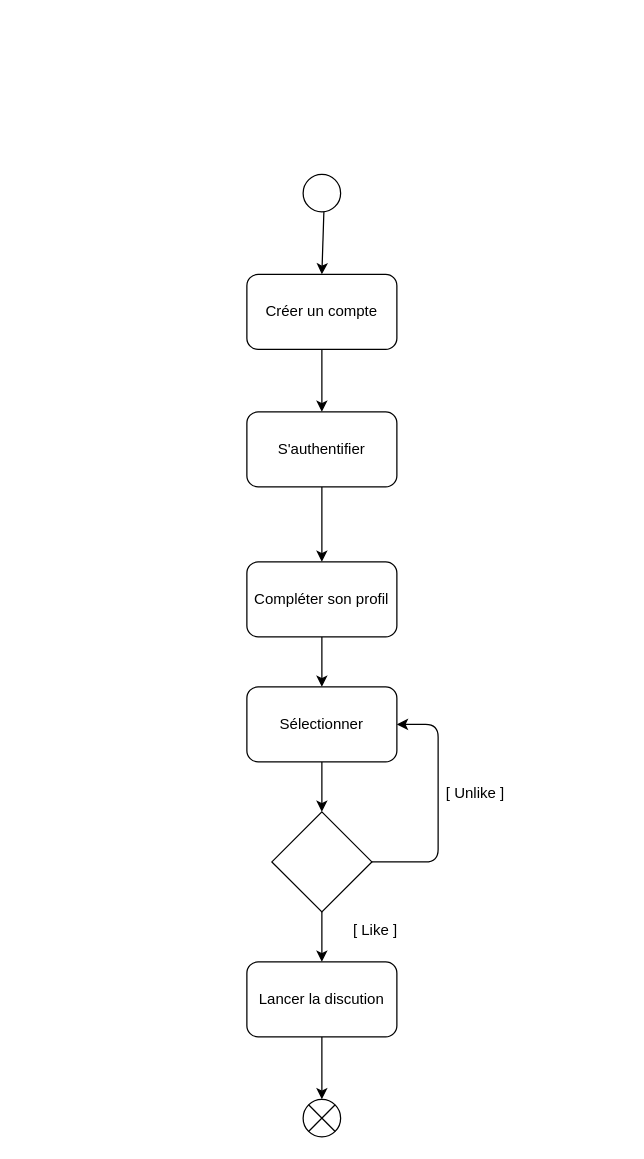
This is schémas/diagramme d'activité.drawio from KoffiDMonky/AltIzy, a draw.io file, before an edit. Source tidied: cells renumbered, new cells numbered last; positions are measured from the earlier drawing's top-left corner, leaving out a move shared by most shapes. Both pictures are drawn from the tidied source at 125%, with x=0, y=0 at pixel (246, 174).
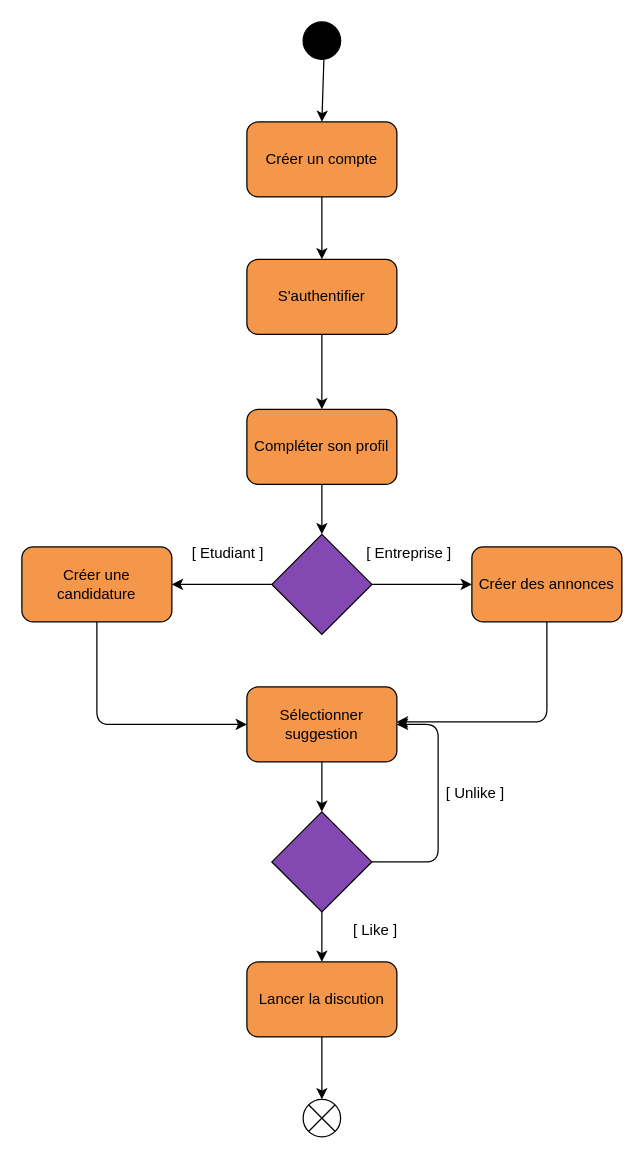
After the change.

The edit, as a diff of the source:
```diff
@@
-    <mxCell id="4" style="rhombus;whiteSpace=wrap;html=1;" parent="1" vertex="1">
+    <mxCell id="4" style="rhombus;whiteSpace=wrap;html=1;fillColor=#8448B3;" parent="1" vertex="1">
       <mxGeometry x="20" y="510" width="80" height="80" as="geometry" />
     </mxCell>
@@
-    <mxCell id="6" value="Créer un compte" style="rounded=1;whiteSpace=wrap;html=1;" parent="1" vertex="1">
-      <mxGeometry y="80" width="120" height="60" as="geometry" />
+    <mxCell id="6" value="Créer un compte" style="rounded=1;whiteSpace=wrap;html=1;fillColor=#F4974B;" parent="1" vertex="1">
+      <mxGeometry y="-42" width="120" height="60" as="geometry" />
     </mxCell>
-    <mxCell id="7" style="edgeStyle=none;html=1;exitX=0.5;exitY=1;exitDx=0;exitDy=0;" parent="1" edge="1" source="8" target="10">
-      <mxGeometry relative="1" as="geometry" />
-    </mxCell>
+    <mxCell id="20" style="edgeStyle=none;html=1;" parent="1" edge="1" source="8" target="23">
+      <mxGeometry relative="1" as="geometry" />
+    </mxCell>
-    <mxCell id="8" value="Compléter son profil" style="rounded=1;whiteSpace=wrap;html=1;" parent="1" vertex="1">
-      <mxGeometry y="310" width="120" height="60" as="geometry" />
+    <mxCell id="8" value="Compléter son profil" style="rounded=1;whiteSpace=wrap;html=1;fillColor=#F4974B;" parent="1" vertex="1">
+      <mxGeometry y="188" width="120" height="60" as="geometry" />
     </mxCell>
@@
-    <mxCell id="10" value="Sélectionner" style="rounded=1;whiteSpace=wrap;html=1;" parent="1" vertex="1">
+    <mxCell id="10" value="Sélectionner&lt;br&gt;suggestion" style="rounded=1;whiteSpace=wrap;html=1;fillColor=#F4974B;" parent="1" vertex="1">
       <mxGeometry y="410" width="120" height="60" as="geometry" />
     </mxCell>
@@
-    <mxCell id="14" value="Lancer la discution" style="rounded=1;whiteSpace=wrap;html=1;" parent="1" vertex="1">
+    <mxCell id="14" value="Lancer la discution" style="rounded=1;whiteSpace=wrap;html=1;fillColor=#F4974B;" parent="1" vertex="1">
       <mxGeometry y="630" width="120" height="60" as="geometry" />
     </mxCell>
@@
-    <mxCell id="16" style="ellipse;fillColor=#ffffff;strokeColor=#000000;" parent="1" vertex="1">
-      <mxGeometry x="45" width="30" height="30" as="geometry" />
+    <mxCell id="16" style="ellipse;fillColor=#000000;strokeColor=#000000;" parent="1" vertex="1">
+      <mxGeometry x="45" y="-122" width="30" height="30" as="geometry" />
     </mxCell>
@@
-    <mxCell id="19" value="S'authentifier" style="rounded=1;whiteSpace=wrap;html=1;" parent="1" vertex="1">
-      <mxGeometry y="190" width="120" height="60" as="geometry" />
+    <mxCell id="19" value="S'authentifier" style="rounded=1;whiteSpace=wrap;html=1;fillColor=#F4974B;" parent="1" vertex="1">
+      <mxGeometry y="68" width="120" height="60" as="geometry" />
     </mxCell>
+    <mxCell id="21" style="edgeStyle=none;html=1;" parent="1" edge="1" source="23" target="25">
+      <mxGeometry relative="1" as="geometry" />
+    </mxCell>
+    <mxCell id="22" style="edgeStyle=none;html=1;" parent="1" edge="1" source="23" target="27">
+      <mxGeometry relative="1" as="geometry" />
+    </mxCell>
+    <mxCell id="23" style="rhombus;whiteSpace=wrap;html=1;fillColor=#8448B3;" parent="1" vertex="1">
+      <mxGeometry x="20" y="288" width="80" height="80" as="geometry" />
+    </mxCell>
+    <mxCell id="24" style="edgeStyle=none;html=1;exitX=0.5;exitY=1;exitDx=0;exitDy=0;entryX=0;entryY=0.5;entryDx=0;entryDy=0;" parent="1" edge="1" source="25" target="10">
+      <mxGeometry relative="1" as="geometry">
+        <Array as="points">
+          <mxPoint x="-120" y="440" />
+        </Array>
+      </mxGeometry>
+    </mxCell>
+    <mxCell id="25" value="Créer une candidature" style="rounded=1;whiteSpace=wrap;html=1;fillColor=#F4974B;" parent="1" vertex="1">
+      <mxGeometry x="-180" y="298" width="120" height="60" as="geometry" />
+    </mxCell>
+    <mxCell id="26" style="edgeStyle=none;html=1;exitX=0.5;exitY=1;exitDx=0;exitDy=0;" parent="1" edge="1" source="27">
+      <mxGeometry relative="1" as="geometry">
+        <mxPoint x="120" y="438" as="targetPoint" />
+        <Array as="points">
+          <mxPoint x="240" y="438" />
+        </Array>
+      </mxGeometry>
+    </mxCell>
+    <mxCell id="27" value="Créer des annonces" style="rounded=1;whiteSpace=wrap;html=1;fillColor=#F4974B;" parent="1" vertex="1">
+      <mxGeometry x="180" y="298" width="120" height="60" as="geometry" />
+    </mxCell>
+    <mxCell id="28" value="[ Etudiant ]" style="text;html=1;strokeColor=none;fillColor=none;align=center;verticalAlign=middle;whiteSpace=wrap;rounded=0;" parent="1" vertex="1">
+      <mxGeometry x="-50" y="288" width="70" height="30" as="geometry" />
+    </mxCell>
+    <mxCell id="29" value="[ Entreprise ]" style="text;html=1;strokeColor=none;fillColor=none;align=center;verticalAlign=middle;whiteSpace=wrap;rounded=0;" parent="1" vertex="1">
+      <mxGeometry x="90" y="288" width="80" height="30" as="geometry" />
+    </mxCell>
```
